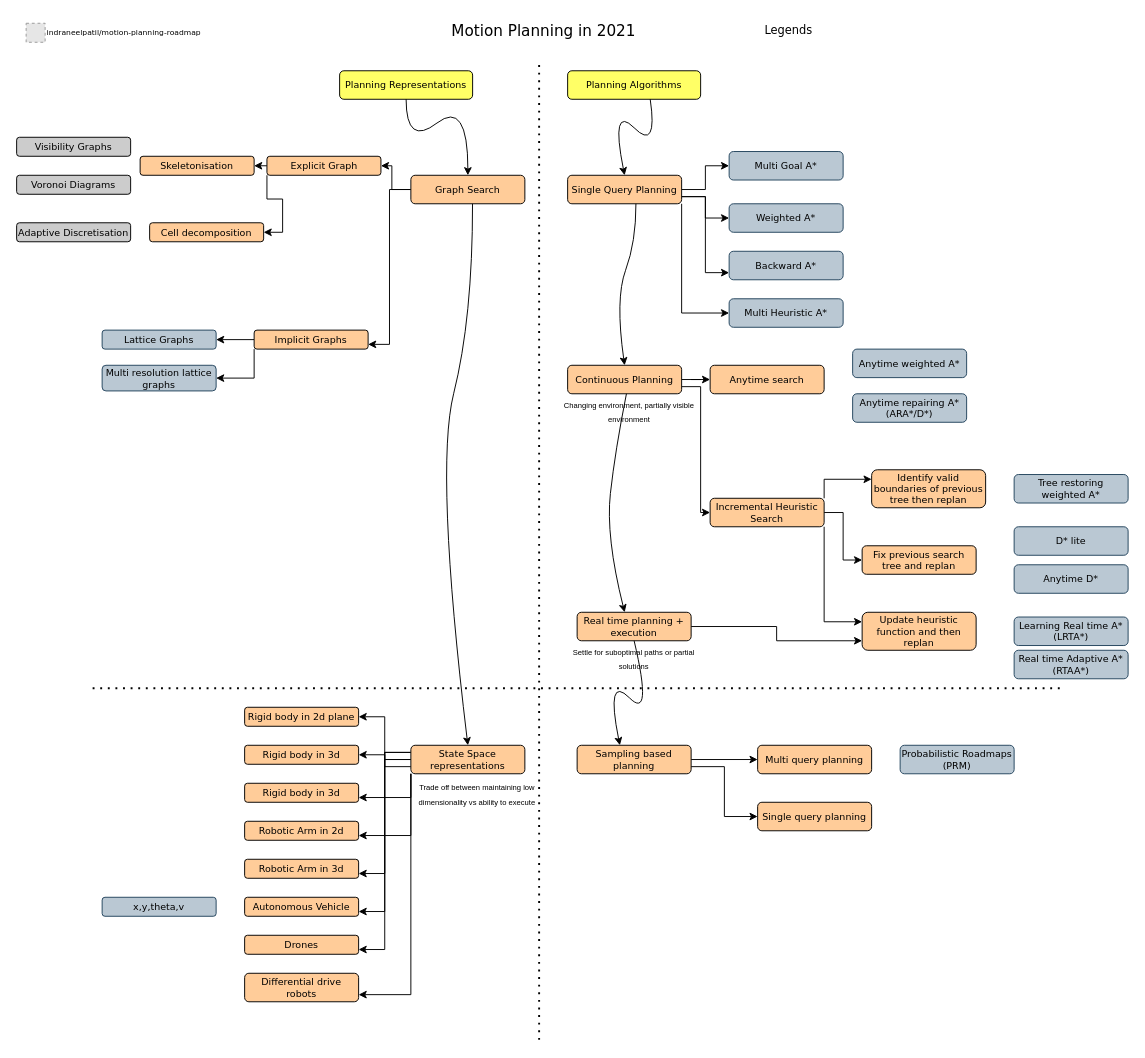
This is Untitled Diagram.drawio from indraneelpatil/motion-planning-roadmap, a draw.io file, before an edit. Source tidied: cells renumbered, new cells numbered last; positions are measured from the earlier drawing's top-left corner, leaving out a move shared by most shapes. Both pictures are drawn from the tidied source at 95%, with x=0, y=0 at pixel (16, 15). Pictures stored in the file or linked from it are replaced by grey dashed boxes.
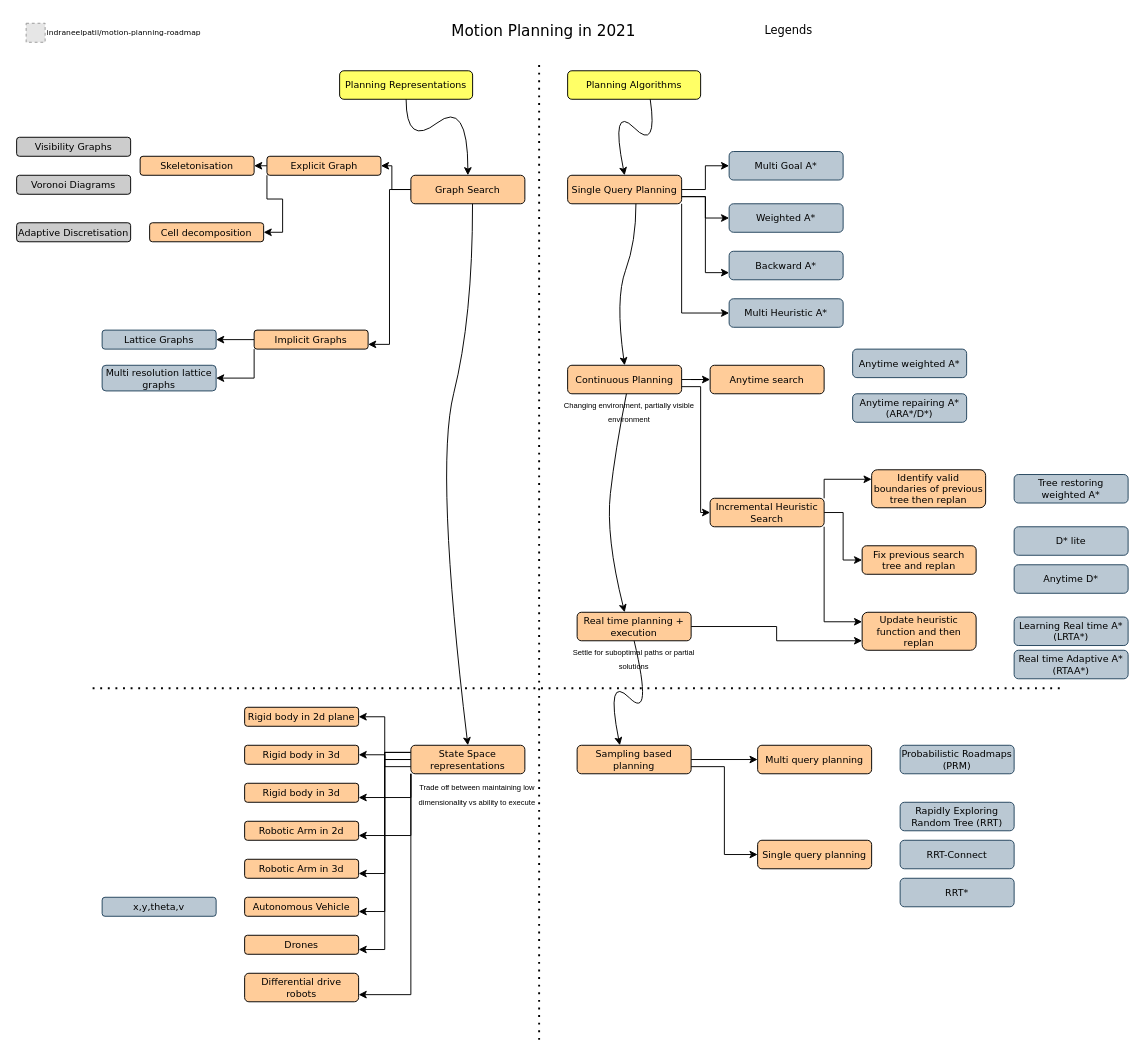
The same diagram, later.

What changed in the source:
```diff
@@
     <mxCell id="87" value="Single query planning" style="rounded=1;whiteSpace=wrap;html=1;comic=0;fontFamily=Verdana;fontSize=10;fillColor=#FFCC99;" parent="1" vertex="1">
-      <mxGeometry x="780" y="828" width="120" height="30" as="geometry" />
+      <mxGeometry x="780" y="868" width="120" height="30" as="geometry" />
     </mxCell>
+    <mxCell id="88" value="Rapidly Exploring Random Tree (RRT)" style="rounded=1;whiteSpace=wrap;html=1;comic=0;fontFamily=Verdana;fontSize=10;fillColor=#bac8d3;strokeColor=#23445d;" parent="1" vertex="1">
+      <mxGeometry x="930" y="828" width="120" height="30" as="geometry" />
+    </mxCell>
+    <mxCell id="89" value="RRT-Connect" style="rounded=1;whiteSpace=wrap;html=1;comic=0;fontFamily=Verdana;fontSize=10;fillColor=#bac8d3;strokeColor=#23445d;" parent="1" vertex="1">
+      <mxGeometry x="930" y="868" width="120" height="30" as="geometry" />
+    </mxCell>
+    <mxCell id="90" value="RRT*" style="rounded=1;whiteSpace=wrap;html=1;comic=0;fontFamily=Verdana;fontSize=10;fillColor=#bac8d3;strokeColor=#23445d;" parent="1" vertex="1">
+      <mxGeometry x="930" y="908" width="120" height="30" as="geometry" />
+    </mxCell>
```
